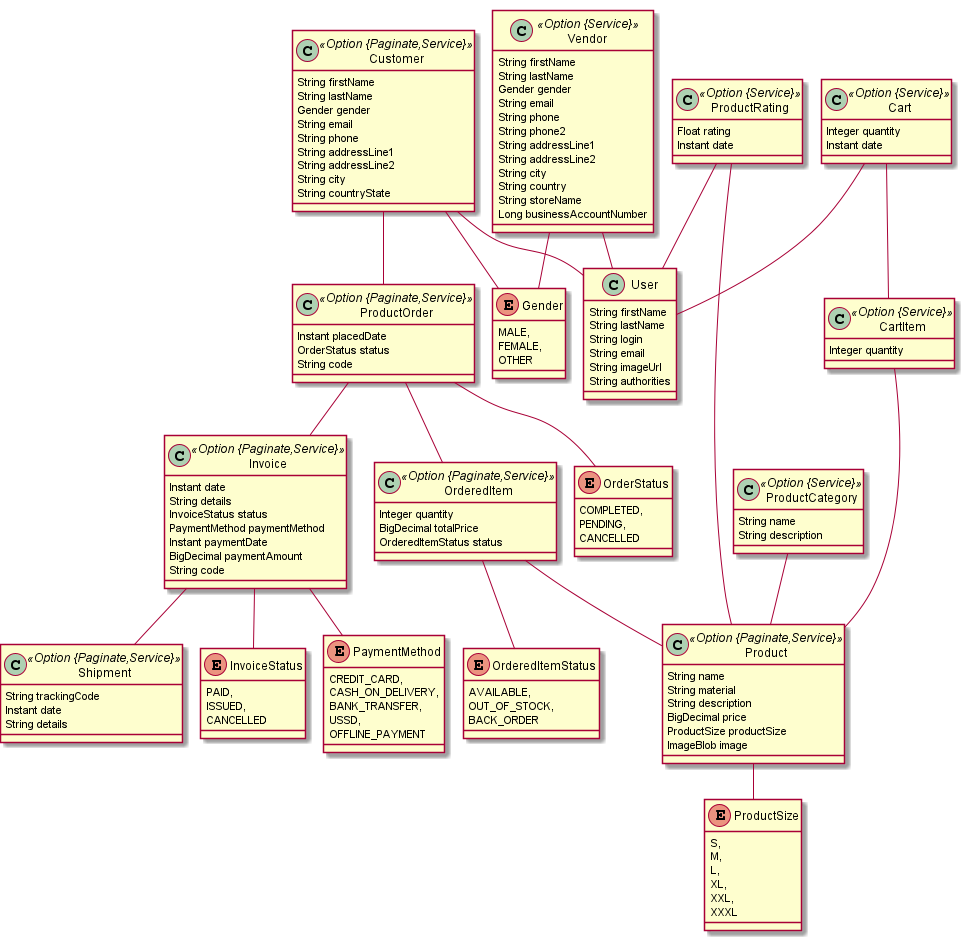
Above: online-store.png in ZraelTz/online-store (PlantUML), before the change.
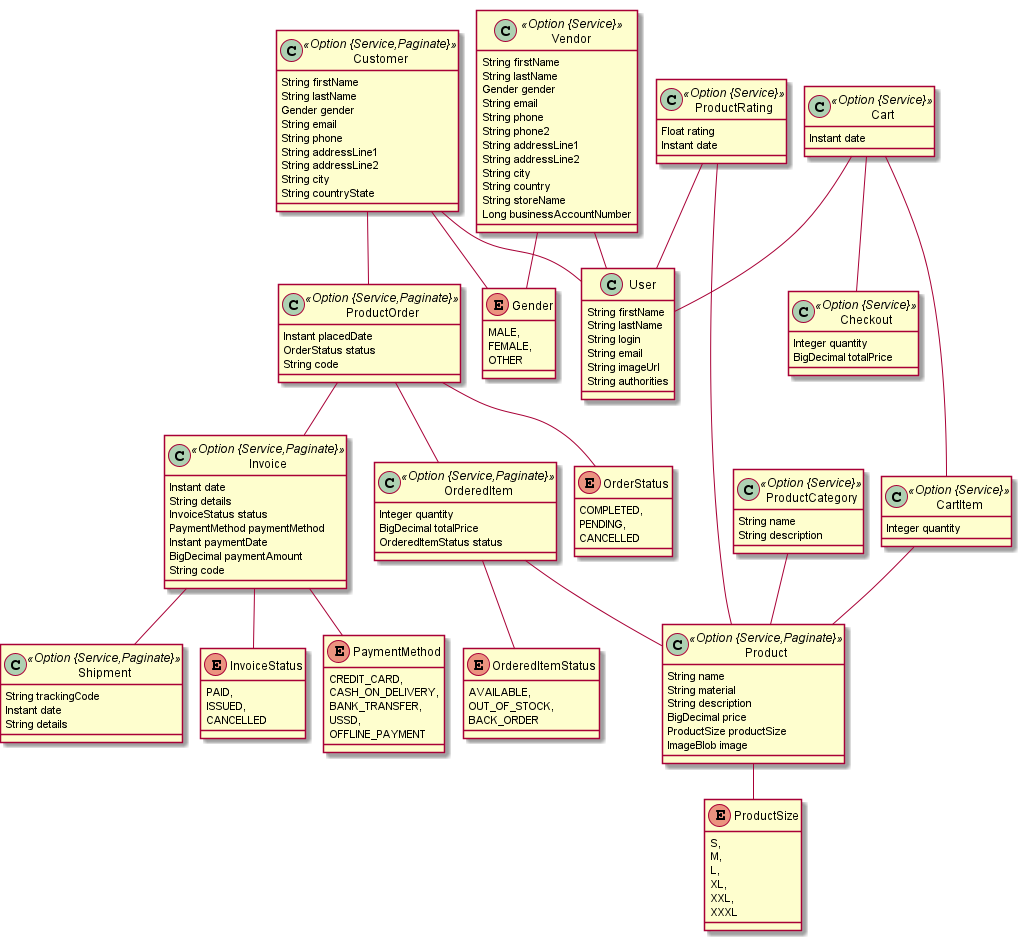
After the change.

Change to the diagram source:
```diff
@@ -1,7 +1,7 @@
 @startuml
 	!pragma graphviz_dot jdot
 	!pragma syntax class
-	class Customer <<Option {Paginate,Service}>> {
+	class Customer <<Option {Service,Paginate}>> {
 		String firstName
 		String lastName
 		Gender gender
@@ -13,7 +13,7 @@
 		String countryState
 	}
 	Customer ..> Gender
-	class Invoice <<Option {Paginate,Service}>> {
+	class Invoice <<Option {Service,Paginate}>> {
 		Instant date
 		String details
 		InvoiceStatus status
@@ -24,13 +24,17 @@
 	}
 	Invoice ..> InvoiceStatus
 	Invoice ..> PaymentMethod
-	class OrderedItem <<Option {Paginate,Service}>> {
+	class OrderedItem <<Option {Service,Paginate}>> {
 		Integer quantity
 		BigDecimal totalPrice
 		OrderedItemStatus status
 	}
 	OrderedItem ..> OrderedItemStatus
-	class Product <<Option {Paginate,Service}>> {
+	class Checkout <<Option {Service}>> {
+		Integer quantity
+		BigDecimal totalPrice
+	}
+	class Product <<Option {Service,Paginate}>> {
 		String name
 		String material
 		String description
@@ -43,7 +47,7 @@
 		String name
 		String description
 	}
-	class ProductOrder <<Option {Paginate,Service}>> {
+	class ProductOrder <<Option {Service,Paginate}>> {
 		Instant placedDate
 		OrderStatus status
 		String code
@@ -53,13 +57,12 @@
 		Float rating
 		Instant date
 	}
-	class Shipment <<Option {Paginate,Service}>> {
+	class Shipment <<Option {Service,Paginate}>> {
 		String trackingCode
 		Instant date
 		String details
 	}
 	class Cart <<Option {Service}>> {
-		Integer quantity
 		Instant date
 	}
 	class CartItem <<Option {Service}>> {
@@ -120,14 +123,15 @@
 	Vendor  "user(login) 0..1 " -- "0..1 "  User
 	Cart  "user(login) 0..1 " -- "0..1 "  User
 	CartItem  "product(name) 0..1 " -- "0..1 "  Product
+	Cart  "checkout(totalPrice) 0..1 " -- "cart 0..1 "  Checkout
 	ProductOrder  "invoice 0..1 " --o "productOrder(code)  1..* "  Invoice
 	ProductOrder  "orderedItem 0..1 " --o "productOrder(code)  1..* "  OrderedItem
 	ProductCategory  "product 0..1 " --o "productCategory(name)  1..* "  Product
 	Customer  "order 0..1 " --o "customer(email)  1..* "  ProductOrder
 	Invoice  "shipment 0..1 " --o "invoice(code)  1..* "  Shipment
-	Cart  "item(quantity) 0..1 " --o "0..* "  CartItem
+	Cart  "cartItem 0..1 " --o "cart 0..* "  CartItem
 	OrderedItem  "product(name)  1..* " o-- "0..1 "  Product
-	ProductRating  "product(name)  1..* " o-- "0..1 "  Product
+	ProductRating  "product(name)  1..* " o-- "rating 0..1 "  Product
 	class User  {
 		String firstName
 		String lastName
```
